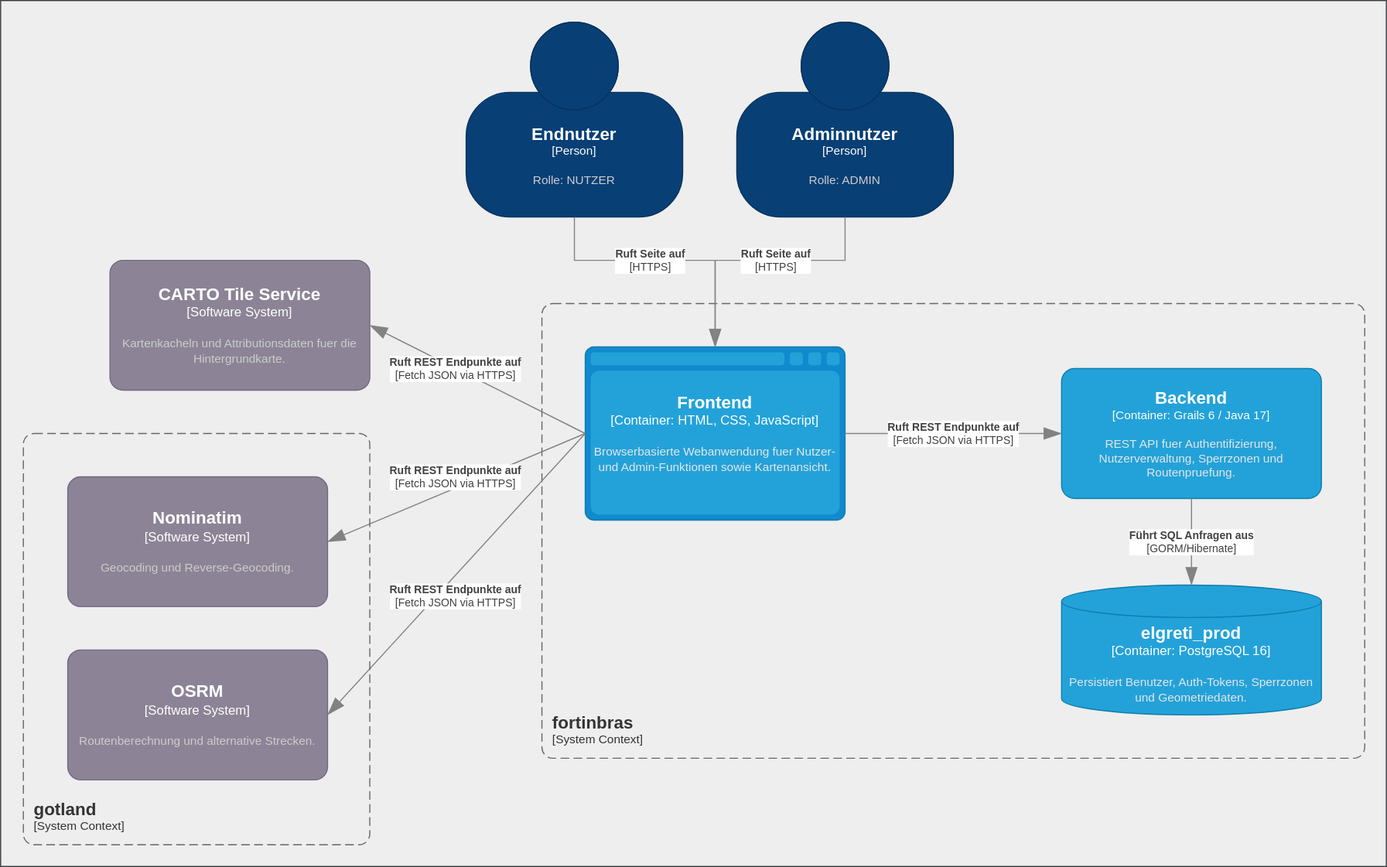
This is docs/architecture/Architecture_c4_container_diagram.svg from g8rdier/urban-flow-governance, a draw.io export, as it was before one commit. Source tidied: cells renumbered, new cells last; positions are measured from the earlier drawing's top-left corner, leaving out a move shared by most shapes.
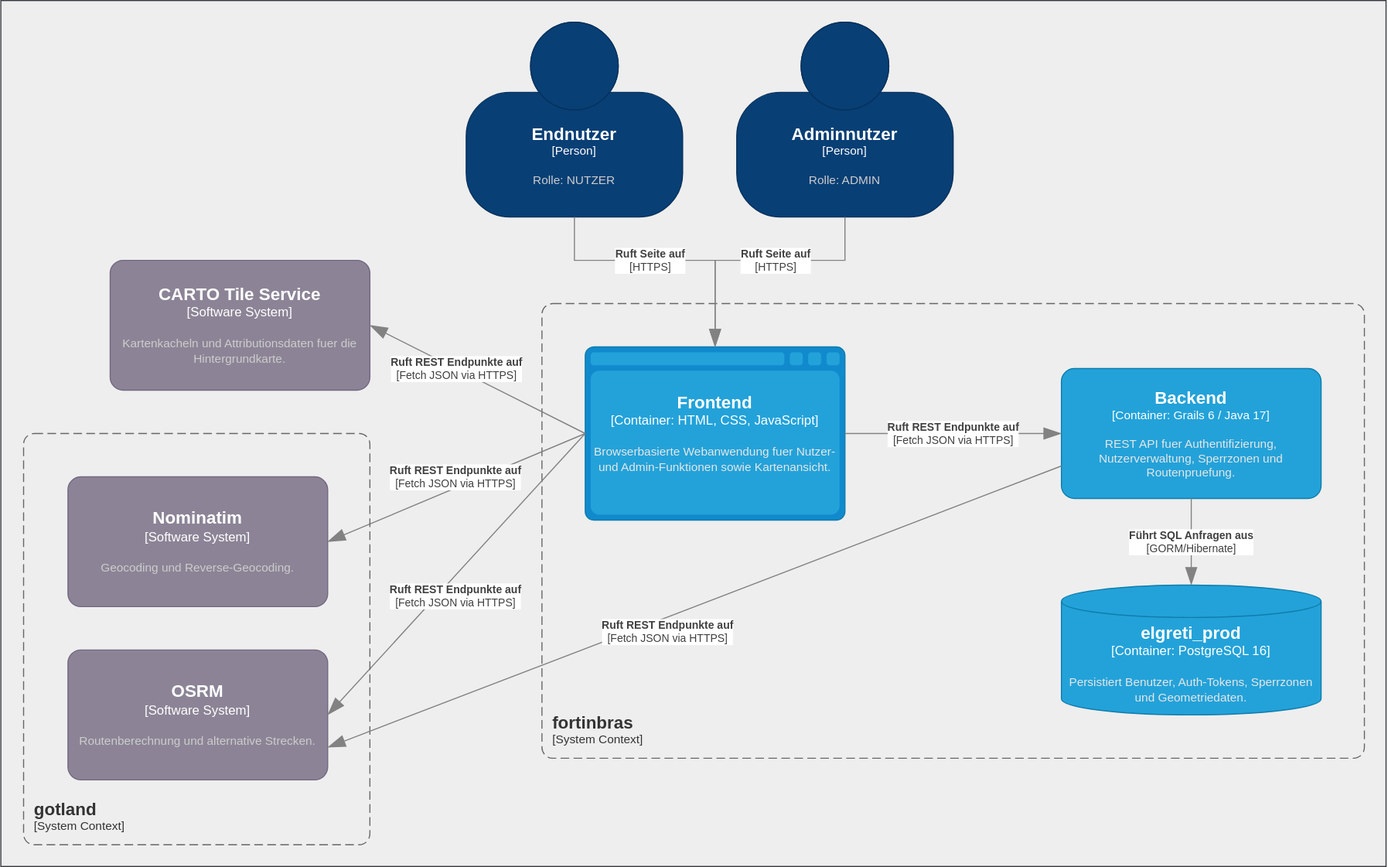
The same diagram one commit later.

Commit message:
docs: Updated c4 architecture diagram

What changed in the source:
```diff
@@ -100,5 +100,10 @@
         <mxGeometry x="21" y="400" width="320" height="380" as="geometry" />
       </mxCell>
     </object>
+    <object id="20" label="&lt;div style=&quot;text-align: left&quot;&gt;&lt;div style=&quot;text-align: center&quot;&gt;&lt;b&gt;%c4Description%&lt;/b&gt;&lt;/div&gt;&lt;div style=&quot;text-align: center&quot;&gt;[%c4Technology%]&lt;/div&gt;&lt;/div&gt;" c4Description="Ruft REST Endpunkte auf" c4Technology="Fetch JSON via HTTPS" c4Type="Relationship" placeholders="1">
+      <mxCell style="endArrow=blockThin;html=1;fontSize=10;fontColor=#404040;strokeWidth=1;endFill=1;strokeColor=#828282;elbow=vertical;endSize=14;startSize=14;jumpStyle=arc;jumpSize=16;rounded=0;exitX=0;exitY=0.75;exitDx=0;exitDy=0;exitPerimeter=0;entryX=1;entryY=0.75;entryDx=0;entryDy=0;entryPerimeter=0;" parent="1" edge="1" source="11" target="8">
+        <mxGeometry x="0.09" y="13" relative="1" as="geometry" />
+      </mxCell>
+    </object>
   </root>
 </mxGraphModel>
```
